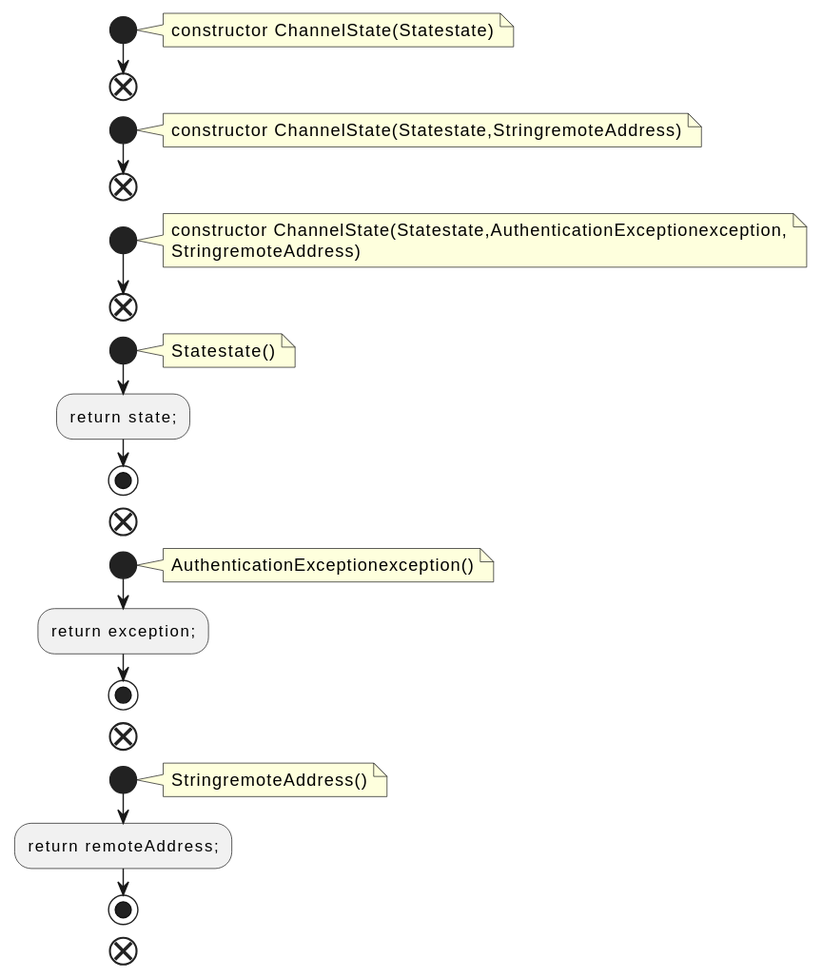
The PlantUML diagram docs/qc/clients/src/main/java/org/apache/kafka/common/network/ChannelState.java.fct.svg in qualitesys/kafka, before a commit.
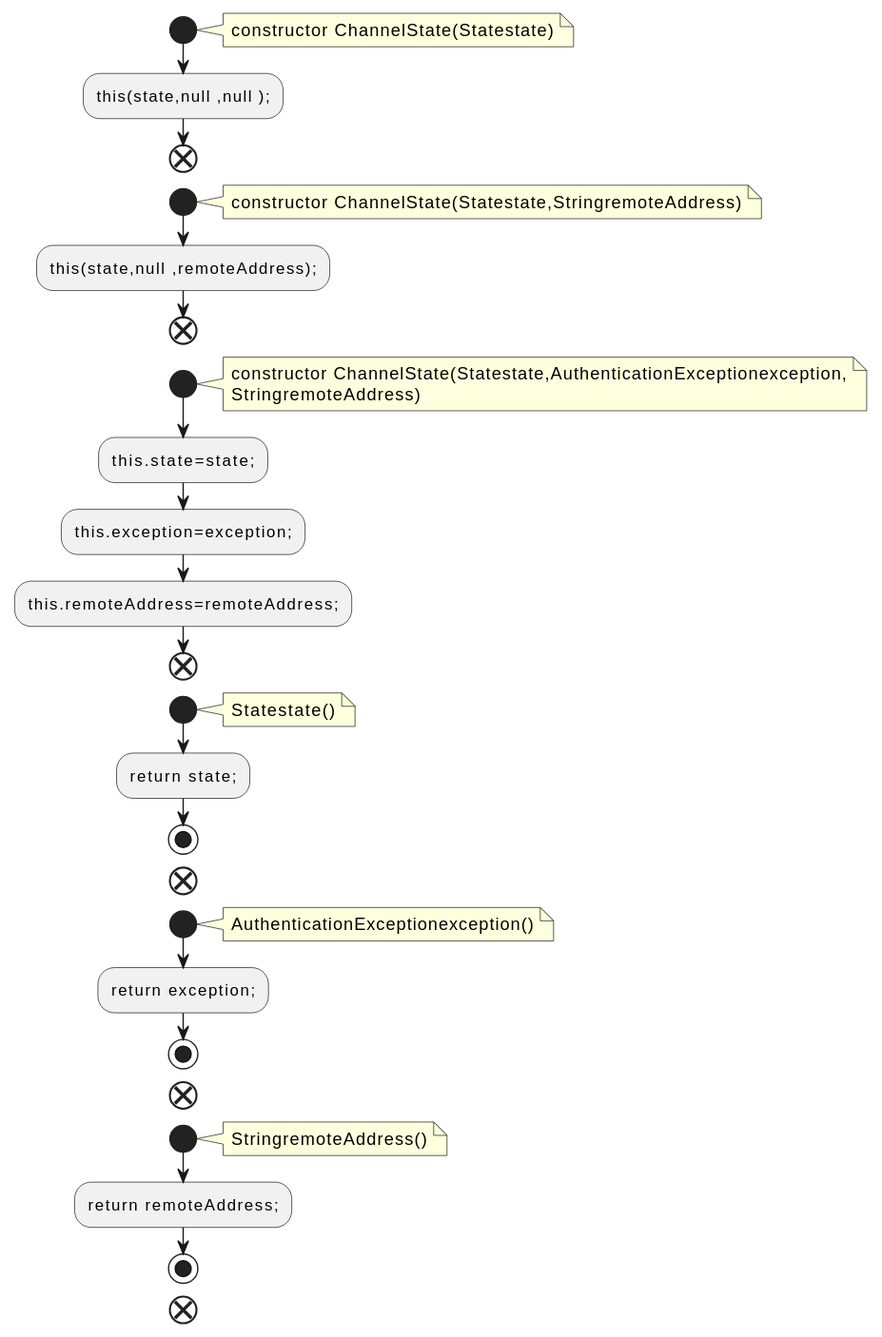
After the change.

Diff of the diagram source:
```diff
@@ -4,17 +4,22 @@
 note right
 constructor ChannelState(Statestate)
 end note
+:this(state,null ,null );;
 end
 start
 note right
 constructor ChannelState(Statestate,StringremoteAddress)
 end note
+:this(state,null ,remoteAddress);;
 end
 start
 note right
 constructor ChannelState(Statestate,AuthenticationExceptionexception,
 StringremoteAddress)
 end note
+:this.state=state;;
+:this.exception=exception;;
+:this.remoteAddress=remoteAddress;;
 end
 start
 note right
```
